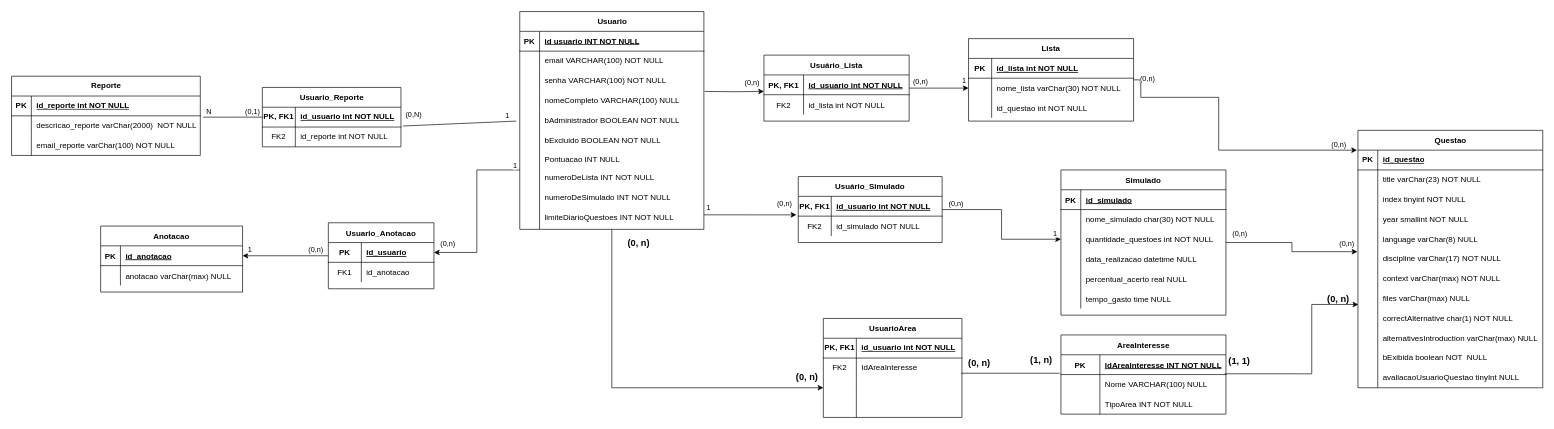
Earlier version of the draw.io diagram DIAGRAMA ER.drawio (augustorazani/QENEM-UML-Diagram). Source tidied: cells renumbered, new cells numbered last; positions are measured from the earlier drawing's top-left corner, leaving out a move shared by most shapes. Both pictures are drawn from the tidied source at 66%, with x=0, y=0 at pixel (11, 11).
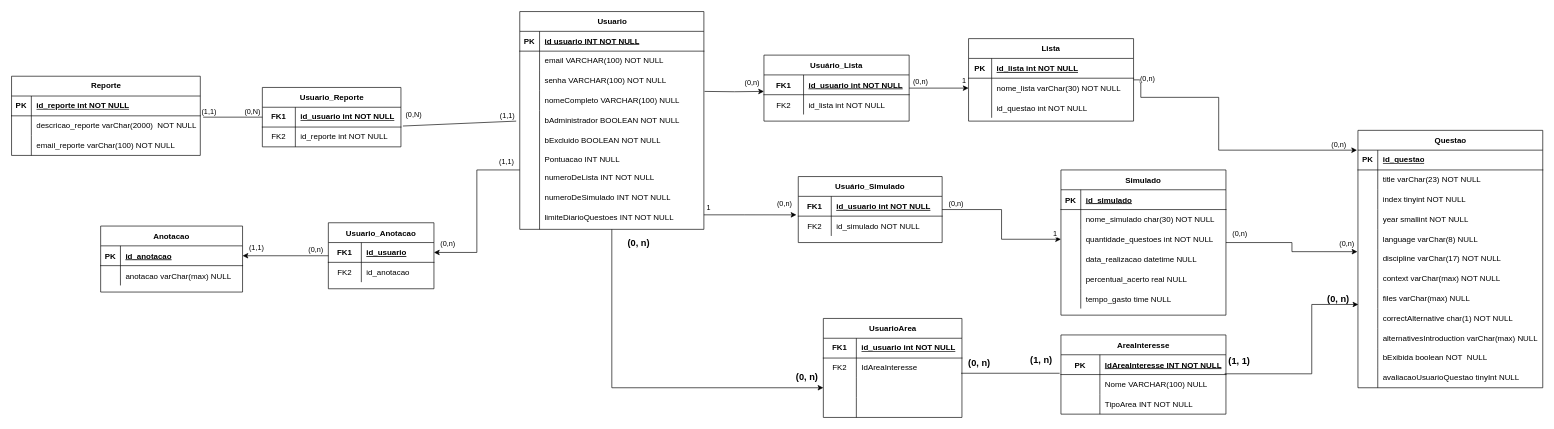
After the change.

The change refers to these unchanged cells:
```xml
<mxCell id="17" style="shape=partialRectangle;fillColor=none;points=[[0,0.5],[1,0.5]];portConstraint=eastwest;top=0;left=0;right=0;bottom=1;" parent="16" vertex="1">
  <mxGeometry y="30" width="220" height="30" as="geometry" />
</mxCell>
<mxCell id="28" style="shape=tableRow;horizontal=0;startSize=0;swimlaneHead=0;swimlaneBody=0;fillColor=none;points=[[0,0.5],[1,0.5]];portConstraint=eastwest;top=0;left=0;right=0;bottom=1;" parent="27" vertex="1">
  <mxGeometry y="30" width="210" height="30" as="geometry" />
</mxCell>
<mxCell id="44" style="endArrow=none;html=1;rounded=0;entryX=0;entryY=0.5;entryDx=0;entryDy=0;exitX=1.015;exitY=0.067;exitDx=0;exitDy=0;exitPerimeter=0;" parent="1" edge="1" source="38" target="28">
  <mxGeometry relative="1" as="geometry" />
</mxCell>
<mxCell id="137" style="shape=partialRectangle;fillColor=none;top=0;left=0;right=0;bottom=1;" parent="136" vertex="1">
  <mxGeometry y="30" width="218" height="30" as="geometry" />
</mxCell>
<mxCell id="157" style="shape=partialRectangle;fillColor=none;points=[[0,0.5],[1,0.5]];portConstraint=eastwest;top=0;left=0;right=0;bottom=1;" parent="156" vertex="1">
  <mxGeometry y="30" width="160" height="30" as="geometry" />
</mxCell>
<mxCell id="160" style="shape=partialRectangle;fillColor=none;top=0;left=0;right=0;bottom=0;" parent="156" vertex="1">
  <mxGeometry y="60" width="160" height="30" as="geometry" />
</mxCell>
<mxCell id="178" style="shape=tableRow;horizontal=0;startSize=0;swimlaneHead=0;swimlaneBody=0;fillColor=none;top=0;left=0;right=0;bottom=1;" parent="177" vertex="1">
  <mxGeometry y="30" width="210" height="30" as="geometry" />
</mxCell>
```

What changed in the source:
```diff
@@
-    <mxCell id="18" value="PK, FK1" style="shape=partialRectangle;overflow=hidden;fillColor=none;top=0;left=0;bottom=0;right=0;fontStyle=1;" parent="17" vertex="1">
+    <mxCell id="18" value="FK1" style="shape=partialRectangle;overflow=hidden;fillColor=none;top=0;left=0;bottom=0;right=0;fontStyle=1;" parent="17" vertex="1">
       <mxGeometry width="60" height="30" as="geometry" />
     </mxCell>
@@
-    <mxCell id="29" value="PK, FK1" style="shape=partialRectangle;fillColor=none;top=0;left=0;bottom=0;right=0;fontStyle=1;overflow=hidden;whiteSpace=wrap;html=1;" parent="28" vertex="1">
+    <mxCell id="29" value="FK1" style="shape=partialRectangle;fillColor=none;top=0;left=0;bottom=0;right=0;fontStyle=1;overflow=hidden;whiteSpace=wrap;html=1;" parent="28" vertex="1">
       <mxGeometry width="50" height="30" as="geometry" />
     </mxCell>
@@
-    <mxCell id="45" value="(0,1)" style="edgeLabel;html=1;align=center;verticalAlign=middle;" parent="44" vertex="1">
+    <mxCell id="45" value="(0,N)" style="edgeLabel;html=1;align=center;verticalAlign=middle;" parent="44" vertex="1">
       <mxGeometry x="-0.78" y="2" relative="1" as="geometry">
         <mxPoint x="64" y="-8" as="offset" />
       </mxGeometry>
     </mxCell>
@@
-    <mxCell id="47" value="N" style="edgeLabel;html=1;align=center;verticalAlign=middle;" parent="1" vertex="1">
+    <mxCell id="47" value="(1,1)" style="edgeLabel;html=1;align=center;verticalAlign=middle;" parent="1" vertex="1">
       <mxGeometry x="280" y="160" as="geometry">
         <mxPoint x="18" y="-10" as="offset" />
       </mxGeometry>
     </mxCell>
     <mxCell id="48" value="(0,N)" style="edgeLabel;html=1;align=center;verticalAlign=middle;" parent="1" vertex="1">
-      <mxGeometry x="590" y="166" as="geometry">
+      <mxGeometry x="590" y="165" as="geometry">
         <mxPoint x="18" y="-10" as="offset" />
       </mxGeometry>
     </mxCell>
-    <mxCell id="49" value="1" style="edgeLabel;html=1;align=center;verticalAlign=middle;" parent="1" vertex="1">
+    <mxCell id="49" value="(1,1)" style="edgeLabel;html=1;align=center;verticalAlign=middle;" parent="1" vertex="1">
       <mxGeometry x="430" y="150" as="geometry">
         <mxPoint x="320" y="7" as="offset" />
       </mxGeometry>
     </mxCell>
@@
-    <mxCell id="138" value="PK, FK1" style="shape=partialRectangle;overflow=hidden;fillColor=none;top=0;left=0;bottom=0;right=0;fontStyle=1;" parent="137" vertex="1">
+    <mxCell id="138" value="FK1" style="shape=partialRectangle;overflow=hidden;fillColor=none;top=0;left=0;bottom=0;right=0;fontStyle=1;" parent="137" vertex="1">
       <mxGeometry width="50" height="30" as="geometry" />
     </mxCell>
@@
-    <mxCell id="158" value="PK" style="shape=partialRectangle;overflow=hidden;fillColor=none;top=0;left=0;bottom=0;right=0;fontStyle=1;" parent="157" vertex="1">
+    <mxCell id="158" value="FK1" style="shape=partialRectangle;overflow=hidden;fillColor=none;top=0;left=0;bottom=0;right=0;fontStyle=1;" parent="157" vertex="1">
       <mxGeometry width="50" height="30" as="geometry" />
     </mxCell>
@@
-    <mxCell id="161" value="FK1" style="shape=partialRectangle;overflow=hidden;fillColor=none;top=0;left=0;bottom=0;right=0;" parent="160" vertex="1">
+    <mxCell id="161" value="FK2" style="shape=partialRectangle;overflow=hidden;fillColor=none;top=0;left=0;bottom=0;right=0;" parent="160" vertex="1">
       <mxGeometry width="50" height="30" as="geometry" />
     </mxCell>
@@
-    <mxCell id="164" value="1" style="edgeLabel;html=1;align=center;verticalAlign=middle;" parent="1" vertex="1">
-      <mxGeometry x="762" y="232" as="geometry" />
+    <mxCell id="164" value="(1,1)" style="edgeLabel;html=1;align=center;verticalAlign=middle;" parent="1" vertex="1">
+      <mxGeometry x="750" y="225" as="geometry">
+        <mxPoint x="-1" y="2" as="offset" />
+      </mxGeometry>
     </mxCell>
@@
-    <mxCell id="166" value="1" style="edgeLabel;html=1;align=center;verticalAlign=middle;" parent="1" vertex="1">
-      <mxGeometry x="360" y="360" as="geometry" />
+    <mxCell id="166" value="(1,1)" style="edgeLabel;html=1;align=center;verticalAlign=middle;" parent="1" vertex="1">
+      <mxGeometry x="370" y="360" as="geometry">
+        <mxPoint y="-3" as="offset" />
+      </mxGeometry>
     </mxCell>
@@
-    <mxCell id="179" value="PK, FK1" style="shape=partialRectangle;fillColor=none;top=0;left=0;bottom=0;right=0;fontStyle=1;overflow=hidden;whiteSpace=wrap;html=1;" parent="178" vertex="1">
+    <mxCell id="179" value="FK1" style="shape=partialRectangle;fillColor=none;top=0;left=0;bottom=0;right=0;fontStyle=1;overflow=hidden;whiteSpace=wrap;html=1;" parent="178" vertex="1">
       <mxGeometry width="50" height="30" as="geometry" />
     </mxCell>
```
